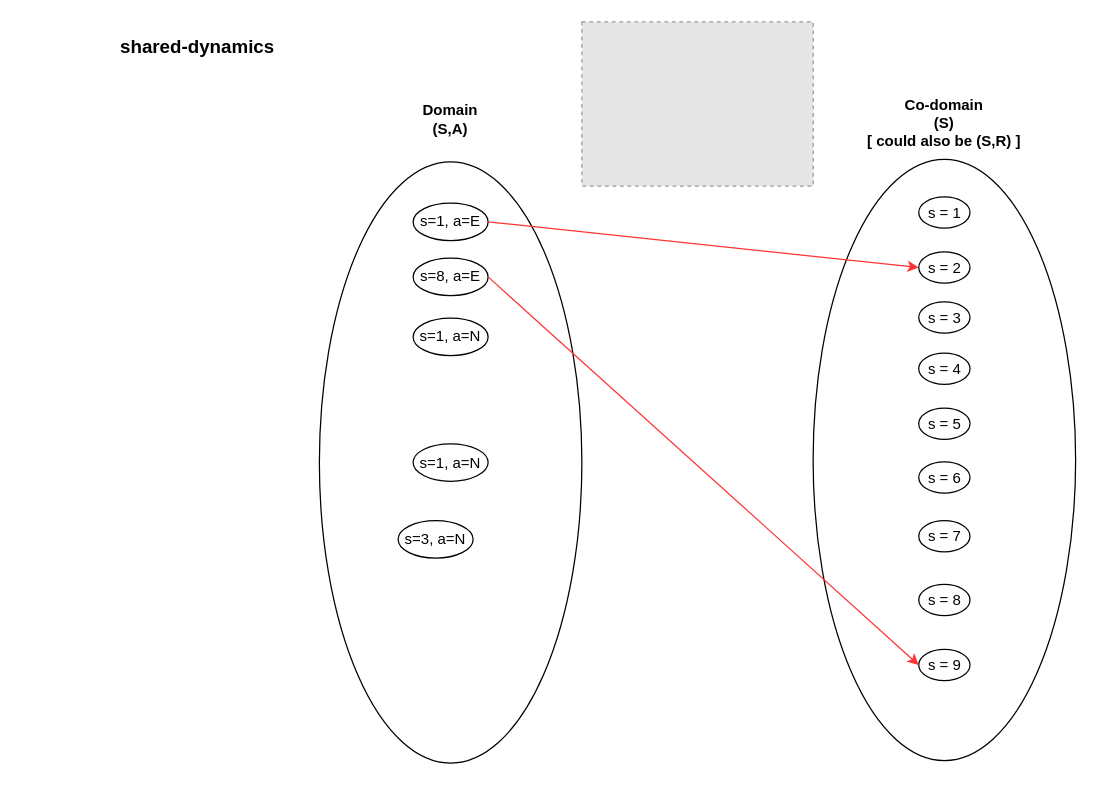
Before: shared_dynamics.drawio in jgwak1/research_problem_frameworks, a draw.io diagram. Source tidied: cells renumbered, new cells numbered last; positions are measured from the earlier drawing's top-left corner, leaving out a move shared by most shapes. Both pictures are drawn from the tidied source at 125%, with x=0, y=0 at pixel (114, 21). Pictures stored in the file or linked from it are replaced by grey dashed boxes.
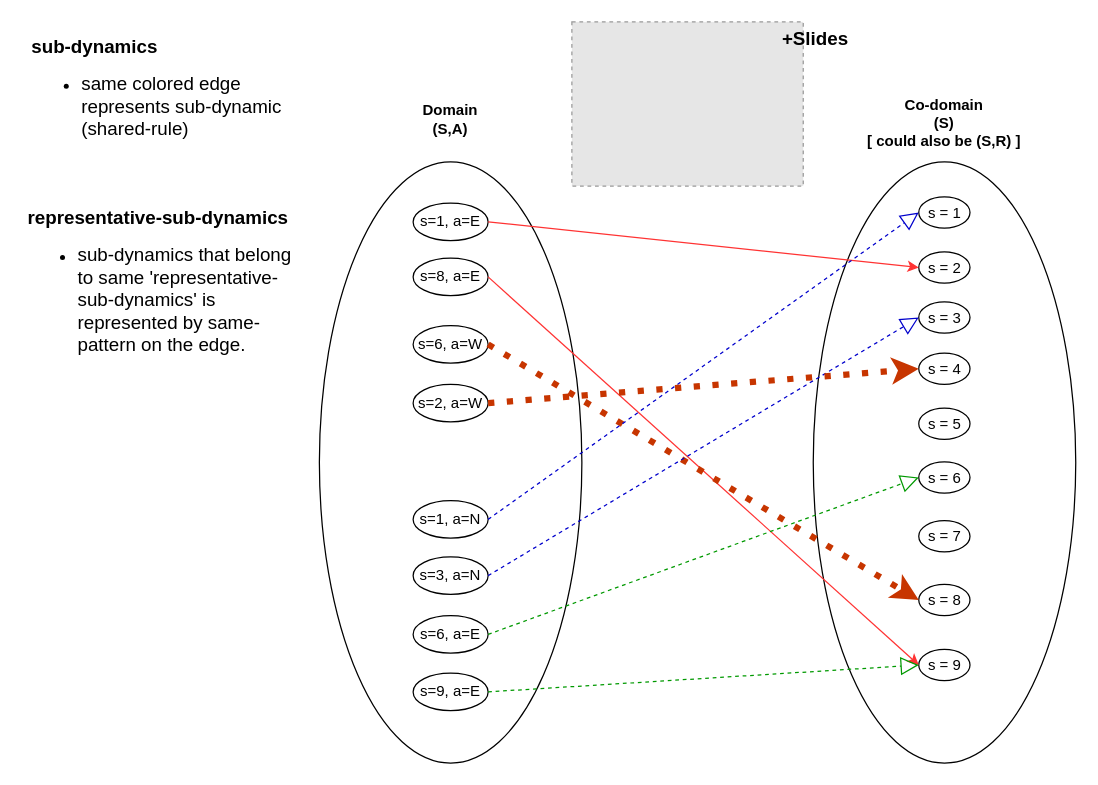
The same page after the edit.

The change refers to these unchanged cells:
```xml
<mxCell id="12" value="s = 1" style="ellipse;whiteSpace=wrap;html=1;" parent="1" vertex="1">
  <mxGeometry x="643.5" y="140" width="41" height="25" as="geometry" />
</mxCell>
<mxCell id="13" value="s = 4" style="ellipse;whiteSpace=wrap;html=1;" parent="1" vertex="1">
  <mxGeometry x="643.5" y="265" width="41" height="25" as="geometry" />
</mxCell>
<mxCell id="15" value="s = 6" style="ellipse;whiteSpace=wrap;html=1;" parent="1" vertex="1">
  <mxGeometry x="643.5" y="352" width="41" height="25" as="geometry" />
</mxCell>
<mxCell id="16" value="s = 3" style="ellipse;whiteSpace=wrap;html=1;" parent="1" vertex="1">
  <mxGeometry x="643.5" y="224" width="41" height="25" as="geometry" />
</mxCell>
<mxCell id="18" value="s = 8" style="ellipse;whiteSpace=wrap;html=1;" parent="1" vertex="1">
  <mxGeometry x="643.5" y="450" width="41" height="25" as="geometry" />
</mxCell>
<mxCell id="19" value="s = 9" style="ellipse;whiteSpace=wrap;html=1;" parent="1" vertex="1">
  <mxGeometry x="643.5" y="502" width="41" height="25" as="geometry" />
</mxCell>
```

The edit, as a diff of the source:
```diff
@@
     <mxCell id="6" style="ellipse;whiteSpace=wrap;html=1;" parent="1" vertex="1">
-      <mxGeometry x="559" y="110" width="210" height="481" as="geometry" />
+      <mxGeometry x="559.1" y="112" width="210" height="481" as="geometry" />
     </mxCell>
     <mxCell id="7" style="fillColor=#E6E6E6;strokeColor=#999999;dashed=1;verticalLabelPosition=bottom;labelBackgroundColor=default;verticalAlign=top;" parent="1" vertex="1">
-      <mxGeometry x="374" width="185.1" height="131.3" as="geometry" />
+      <mxGeometry x="366" width="185.1" height="131.3" as="geometry" />
     </mxCell>
     <mxCell id="8" value="s=3, a=N" style="ellipse;whiteSpace=wrap;html=1;" parent="1" vertex="1">
-      <mxGeometry x="227" y="399" width="60" height="30" as="geometry" />
+      <mxGeometry x="239" y="428" width="60" height="30" as="geometry" />
     </mxCell>
@@
     <mxCell id="10" value="s=1, a=N" style="ellipse;whiteSpace=wrap;html=1;" parent="1" vertex="1">
-      <mxGeometry x="239" y="237" width="60" height="30" as="geometry" />
+      <mxGeometry x="239" y="383" width="60" height="30" as="geometry" />
     </mxCell>
@@
-    <mxCell id="20" value="s=1, a=N" style="ellipse;whiteSpace=wrap;html=1;" parent="1" vertex="1">
-      <mxGeometry x="239" y="337.5" width="60" height="30" as="geometry" />
-    </mxCell>
@@
-    <mxCell id="23" value="&lt;h1 style=&quot;font-size: 15px&quot;&gt;&lt;font style=&quot;font-size: 15px&quot;&gt;shared-dynamics&lt;/font&gt;&lt;/h1&gt;&lt;p style=&quot;font-size: 15px&quot;&gt;&lt;br&gt;&lt;/p&gt;" style="text;html=1;strokeColor=none;fillColor=none;spacing=5;spacingTop=-20;whiteSpace=wrap;overflow=hidden;rounded=0;" parent="1" vertex="1">
-      <mxGeometry y="11.3" width="225" height="120" as="geometry" />
+    <mxCell id="23" value="&lt;h1 style=&quot;font-size: 15px&quot;&gt;&lt;font style=&quot;font-size: 15px&quot;&gt;sub-dynamics&lt;/font&gt;&lt;/h1&gt;&lt;div&gt;&lt;ul&gt;&lt;li&gt;&lt;span style=&quot;font-size: 15px&quot;&gt;same colored edge represents sub-dynamic (shared-rule)&lt;/span&gt;&lt;/li&gt;&lt;/ul&gt;&lt;/div&gt;&lt;p style=&quot;font-size: 15px&quot;&gt;&lt;br&gt;&lt;/p&gt;" style="text;html=1;strokeColor=none;fillColor=none;spacing=5;spacingTop=-20;whiteSpace=wrap;overflow=hidden;rounded=0;" parent="1" vertex="1">
+      <mxGeometry x="-71" y="11.3" width="221" height="120" as="geometry" />
     </mxCell>
+    <mxCell id="24" value="s=6, a=E" style="ellipse;whiteSpace=wrap;html=1;" parent="1" vertex="1">
+      <mxGeometry x="239" y="475" width="60" height="30" as="geometry" />
+    </mxCell>
+    <mxCell id="25" value="s=9, a=E" style="ellipse;whiteSpace=wrap;html=1;" parent="1" vertex="1">
+      <mxGeometry x="239" y="521" width="60" height="30" as="geometry" />
+    </mxCell>
+    <mxCell id="26" value="s=6, a=W" style="ellipse;whiteSpace=wrap;html=1;" parent="1" vertex="1">
+      <mxGeometry x="239" y="243" width="60" height="30" as="geometry" />
+    </mxCell>
+    <mxCell id="27" value="s=2, a=W" style="ellipse;whiteSpace=wrap;html=1;" parent="1" vertex="1">
+      <mxGeometry x="239" y="290" width="60" height="30" as="geometry" />
+    </mxCell>
+    <mxCell id="28" style="endArrow=classic;html=1;rounded=0;fontSize=15;strokeColor=#C73500;exitX=1;exitY=0.5;exitDx=0;exitDy=0;entryX=0;entryY=0.5;entryDx=0;entryDy=0;fillColor=#fa6800;dashed=1;dashPattern=1 2;strokeWidth=5;" parent="1" edge="1" source="26" target="18">
+      <mxGeometry relative="1" as="geometry" />
+    </mxCell>
+    <mxCell id="29" value="&lt;b&gt;+Slides&lt;/b&gt;" style="text;html=1;strokeColor=none;fillColor=none;align=center;verticalAlign=middle;whiteSpace=wrap;rounded=0;fontSize=15;" parent="1" vertex="1">
+      <mxGeometry x="531" width="60" height="25" as="geometry" />
+    </mxCell>
+    <mxCell id="30" value="&lt;div&gt;&lt;div&gt;&lt;span style=&quot;font-size: 15px&quot;&gt;&lt;br&gt;&lt;/span&gt;&lt;/div&gt;&lt;div&gt;&lt;span style=&quot;font-size: 15px&quot;&gt;&lt;b&gt;representative-sub-dynamics&lt;/b&gt;&lt;/span&gt;&lt;/div&gt;&lt;ul&gt;&lt;li&gt;&lt;span style=&quot;font-size: 15px&quot;&gt;sub-dynamics that belong to same 'representative-sub-dynamics' is represented by same-pattern on the edge.&lt;/span&gt;&lt;/li&gt;&lt;/ul&gt;&lt;/div&gt;&lt;p style=&quot;font-size: 15px&quot;&gt;&lt;br&gt;&lt;/p&gt;" style="text;html=1;strokeColor=none;fillColor=none;spacing=5;spacingTop=-20;whiteSpace=wrap;overflow=hidden;rounded=0;" parent="1" vertex="1">
+      <mxGeometry x="-74" y="140" width="221" height="148" as="geometry" />
+    </mxCell>
+    <mxCell id="31" style="endArrow=block;dashed=1;endFill=0;endSize=12;html=1;rounded=0;fontSize=15;strokeColor=#0000CC;exitX=1;exitY=0.5;exitDx=0;exitDy=0;entryX=0;entryY=0.5;entryDx=0;entryDy=0;" parent="1" edge="1" source="10" target="12">
+      <mxGeometry relative="1" as="geometry" />
+    </mxCell>
+    <mxCell id="32" style="endArrow=block;dashed=1;endFill=0;endSize=12;html=1;rounded=0;fontSize=15;strokeColor=#0000CC;exitX=1;exitY=0.5;exitDx=0;exitDy=0;entryX=0;entryY=0.5;entryDx=0;entryDy=0;" parent="1" edge="1" source="8" target="16">
+      <mxGeometry relative="1" as="geometry" />
+    </mxCell>
+    <mxCell id="33" style="endArrow=block;dashed=1;endFill=0;endSize=12;html=1;rounded=0;fontSize=15;strokeColor=#009900;exitX=1;exitY=0.5;exitDx=0;exitDy=0;entryX=0;entryY=0.5;entryDx=0;entryDy=0;fontColor=#006600;" parent="1" edge="1" source="24" target="15">
+      <mxGeometry relative="1" as="geometry" />
+    </mxCell>
+    <mxCell id="34" style="endArrow=block;dashed=1;endFill=0;endSize=12;html=1;rounded=0;fontSize=15;strokeColor=#009900;exitX=1;exitY=0.5;exitDx=0;exitDy=0;entryX=0;entryY=0.5;entryDx=0;entryDy=0;fontColor=#006600;" parent="1" edge="1" source="25" target="19">
+      <mxGeometry relative="1" as="geometry" />
+    </mxCell>
+    <mxCell id="35" style="endArrow=classic;html=1;rounded=0;fontSize=15;strokeColor=#C73500;exitX=1;exitY=0.5;exitDx=0;exitDy=0;entryX=0;entryY=0.5;entryDx=0;entryDy=0;fillColor=#fa6800;dashed=1;dashPattern=1 2;strokeWidth=5;" parent="1" edge="1" source="27" target="13">
+      <mxGeometry relative="1" as="geometry" />
+    </mxCell>
```
